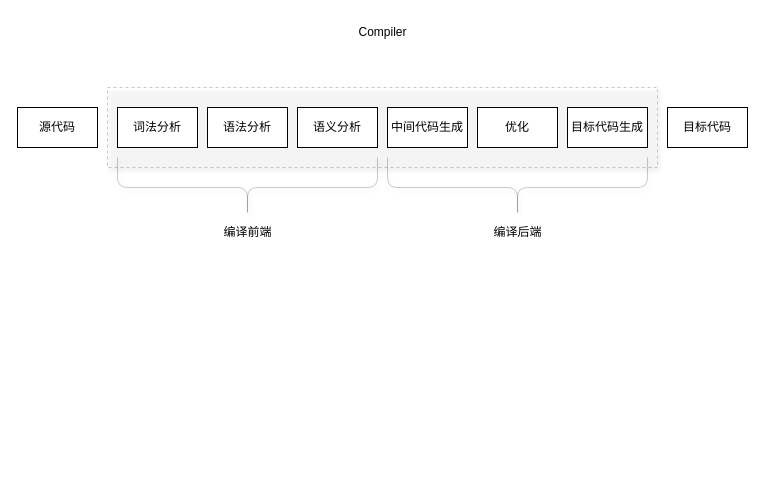
Earlier version of the draw.io diagram books/Vue.js设计与实现/vue.js 3.drawio (yzqzy/notes). Source tidied: cells renumbered, new cells numbered last; positions are measured from the earlier drawing's top-left corner, leaving out a move shared by most shapes. Both pictures are drawn from the tidied source at 100%, with x=0, y=0 at pixel (17, 17).
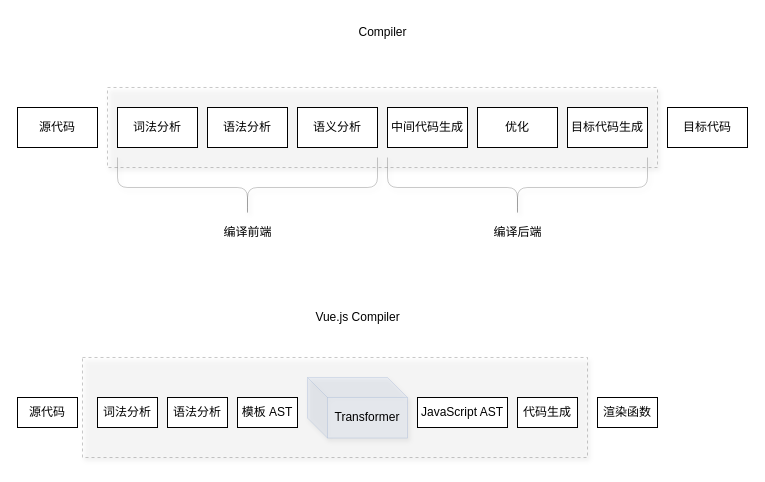
Above is the later version.

Commit message:
perf(vue3): vue3.js compiler

Diff of the diagram source:
```diff
@@
+    <mxCell id="16" style="rounded=0;whiteSpace=wrap;html=1;shadow=1;opacity=21;dashed=1;fixDash=0;" parent="1" vertex="1">
+      <mxGeometry x="65" y="340" width="505" height="100" as="geometry" />
+    </mxCell>
@@
+    <mxCell id="17" value="Vue.js Compiler" style="text;html=1;align=center;verticalAlign=middle;strokeColor=none;fillColor=none;" parent="1" vertex="1">
+      <mxGeometry x="285" y="285" width="110" height="30" as="geometry" />
+    </mxCell>
+    <mxCell id="18" value="源代码" style="whiteSpace=wrap;html=1;" parent="1" vertex="1">
+      <mxGeometry y="380" width="60" height="30" as="geometry" />
+    </mxCell>
+    <mxCell id="19" value="词法分析" style="whiteSpace=wrap;html=1;" parent="1" vertex="1">
+      <mxGeometry x="80" y="380" width="60" height="30" as="geometry" />
+    </mxCell>
+    <mxCell id="20" value="语法分析" style="whiteSpace=wrap;html=1;" parent="1" vertex="1">
+      <mxGeometry x="150" y="380" width="60" height="30" as="geometry" />
+    </mxCell>
+    <mxCell id="21" value="模板 AST" style="whiteSpace=wrap;html=1;" parent="1" vertex="1">
+      <mxGeometry x="220" y="380" width="60" height="30" as="geometry" />
+    </mxCell>
+    <mxCell id="22" value="Transformer" style="shape=cube;whiteSpace=wrap;html=1;boundedLbl=1;backgroundOutline=1;darkOpacity=0.05;darkOpacity2=0.1;rounded=0;shadow=1;opacity=21;direction=east;fillColor=#dae8fc;strokeColor=#6c8ebf;" parent="1" vertex="1">
+      <mxGeometry x="290" y="360" width="100" height="60.6" as="geometry" />
+    </mxCell>
+    <mxCell id="23" value="JavaScript AST" style="whiteSpace=wrap;html=1;" parent="1" vertex="1">
+      <mxGeometry x="400" y="380" width="90" height="30" as="geometry" />
+    </mxCell>
+    <mxCell id="24" value="代码生成" style="whiteSpace=wrap;html=1;" parent="1" vertex="1">
+      <mxGeometry x="500" y="380" width="60" height="30" as="geometry" />
+    </mxCell>
+    <mxCell id="25" value="渲染函数" style="whiteSpace=wrap;html=1;" parent="1" vertex="1">
+      <mxGeometry x="580" y="380" width="60" height="30" as="geometry" />
+    </mxCell>
```
